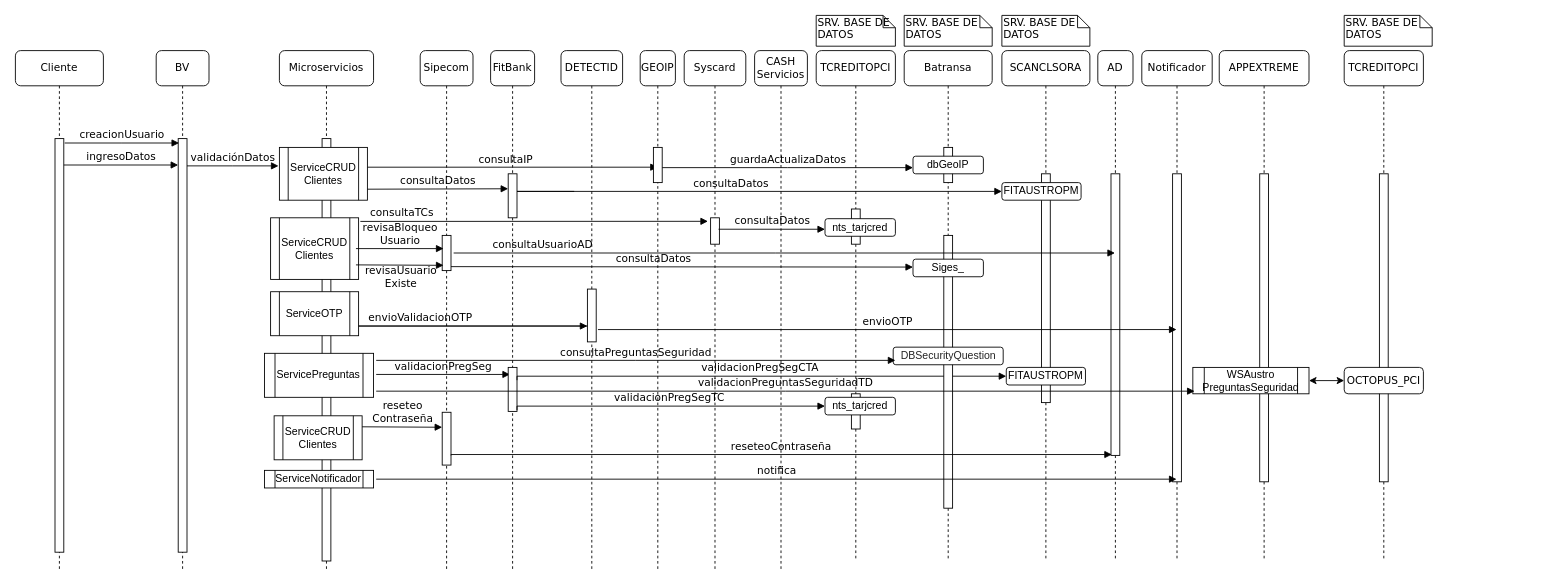
davidguillermofg/Diagrams keeps this draw.io diagram as page "DiagramaSeqReseteoPwdNEW" (2 of 12) of CreateUsrBVDiagram.drawio. Above is the earlier version. Source tidied: cells renumbered, new cells numbered last; positions are measured from the earlier drawing's top-left corner, leaving out a move shared by most shapes. Both pictures are drawn from the tidied source at 88%, with x=0, y=0 at pixel (15, 15).
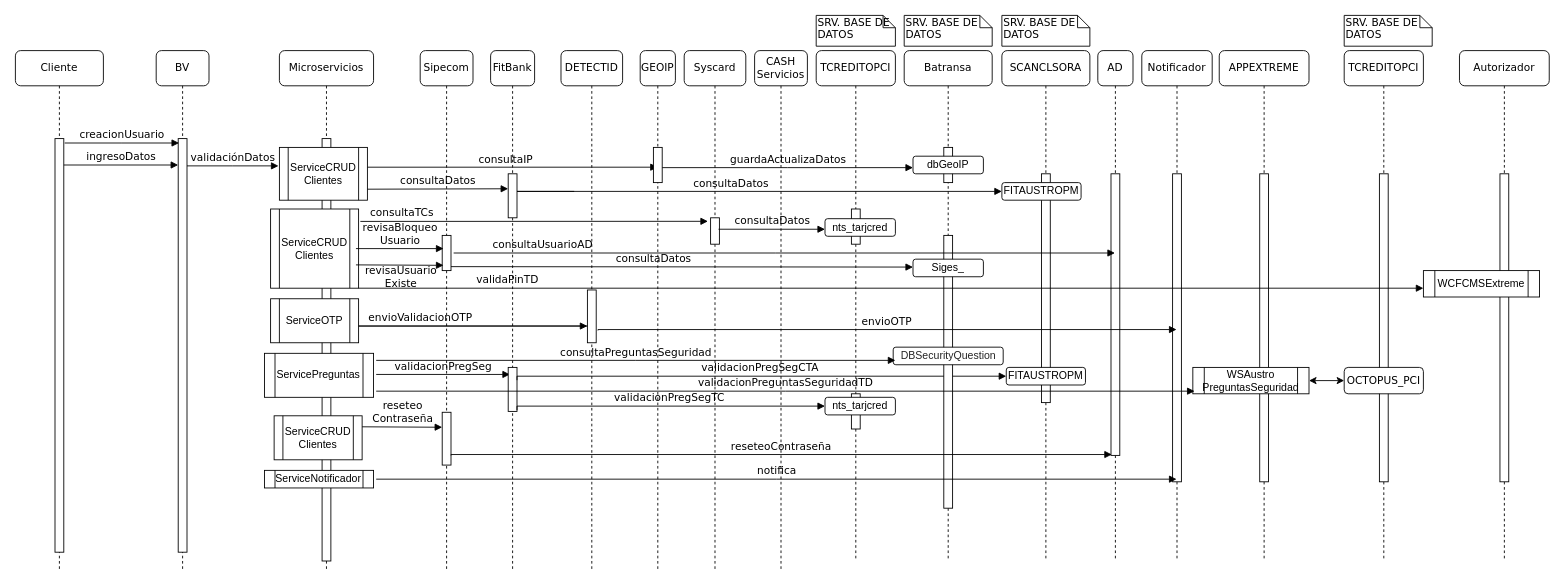
The same page after the edit.

Unchanged cells that the change refers to:
```xml
<mxCell id="5" value="Microservicios" style="shape=umlLifeline;perimeter=lifelinePerimeter;whiteSpace=wrap;html=1;rounded=1;shadow=0;comic=0;labelBackgroundColor=none;strokeWidth=1;fontFamily=Verdana;fontSize=12;align=center;" parent="1" vertex="1">
  <mxGeometry x="300" y="40" width="107" height="590" as="geometry" />
</mxCell>
<mxCell id="18" value="DETECTID" style="shape=umlLifeline;perimeter=lifelinePerimeter;whiteSpace=wrap;html=1;rounded=1;shadow=0;comic=0;labelBackgroundColor=none;strokeWidth=1;fontFamily=Verdana;fontSize=12;align=center;" parent="1" vertex="1">
  <mxGeometry x="620" y="40" width="70" height="590" as="geometry" />
</mxCell>
```

The edit, as a diff of the source:
```diff
@@
     <mxCell id="8" value="ServiceCRUD&lt;br&gt;Clientes" style="shape=process;whiteSpace=wrap;html=1;backgroundOutline=1;" parent="5" vertex="1">
-      <mxGeometry x="-10" y="190" width="100" height="70" as="geometry" />
+      <mxGeometry x="-10" y="180" width="100" height="90" as="geometry" />
     </mxCell>
     <mxCell id="9" value="ServiceOTP" style="shape=process;whiteSpace=wrap;html=1;backgroundOutline=1;" parent="5" vertex="1">
-      <mxGeometry x="-10" y="274" width="100" height="50" as="geometry" />
+      <mxGeometry x="-10" y="282" width="100" height="50" as="geometry" />
     </mxCell>
@@
     <mxCell id="19" style="html=1;points=[];perimeter=orthogonalPerimeter;rounded=0;shadow=0;comic=0;labelBackgroundColor=none;strokeWidth=1;fontFamily=Verdana;fontSize=12;align=center;" parent="18" vertex="1">
-      <mxGeometry x="30" y="271" width="10" height="60" as="geometry" />
+      <mxGeometry x="30" y="272" width="10" height="60" as="geometry" />
     </mxCell>
@@
+    <mxCell id="80" value="Autorizador" style="shape=umlLifeline;perimeter=lifelinePerimeter;whiteSpace=wrap;html=1;rounded=1;shadow=0;comic=0;labelBackgroundColor=none;strokeWidth=1;fontFamily=Verdana;fontSize=12;align=center;" parent="1" vertex="1">
+      <mxGeometry x="1641" y="40" width="102" height="580" as="geometry" />
+    </mxCell>
+    <mxCell id="81" style="html=1;perimeter=orthogonalPerimeter;rounded=0;shadow=0;comic=0;labelBackgroundColor=none;strokeColor=#000000;strokeWidth=1;fillColor=#FFFFFF;fontFamily=Verdana;fontSize=12;fontColor=#000000;align=center;" parent="80" vertex="1">
+      <mxGeometry x="46" y="140" width="10" height="350" as="geometry" />
+    </mxCell>
+    <mxCell id="82" value="WCFCMSExtreme" style="shape=process;whiteSpace=wrap;html=1;backgroundOutline=1;" parent="80" vertex="1">
+      <mxGeometry x="-41" y="250" width="132" height="30" as="geometry" />
+    </mxCell>
+    <mxCell id="83" value="validaPinTD" style="html=1;verticalAlign=bottom;endArrow=block;labelBackgroundColor=none;fontFamily=Verdana;fontSize=12;edgeStyle=elbowEdgeStyle;elbow=vertical;rounded=0;exitX=1;exitY=1;exitDx=0;exitDy=0;" parent="1" edge="1" source="8">
+      <mxGeometry x="-0.72" relative="1" as="geometry">
+        <mxPoint x="1600" y="310" as="targetPoint" />
+        <Array as="points">
+          <mxPoint x="390" y="310" />
+        </Array>
+      </mxGeometry>
+    </mxCell>
```
